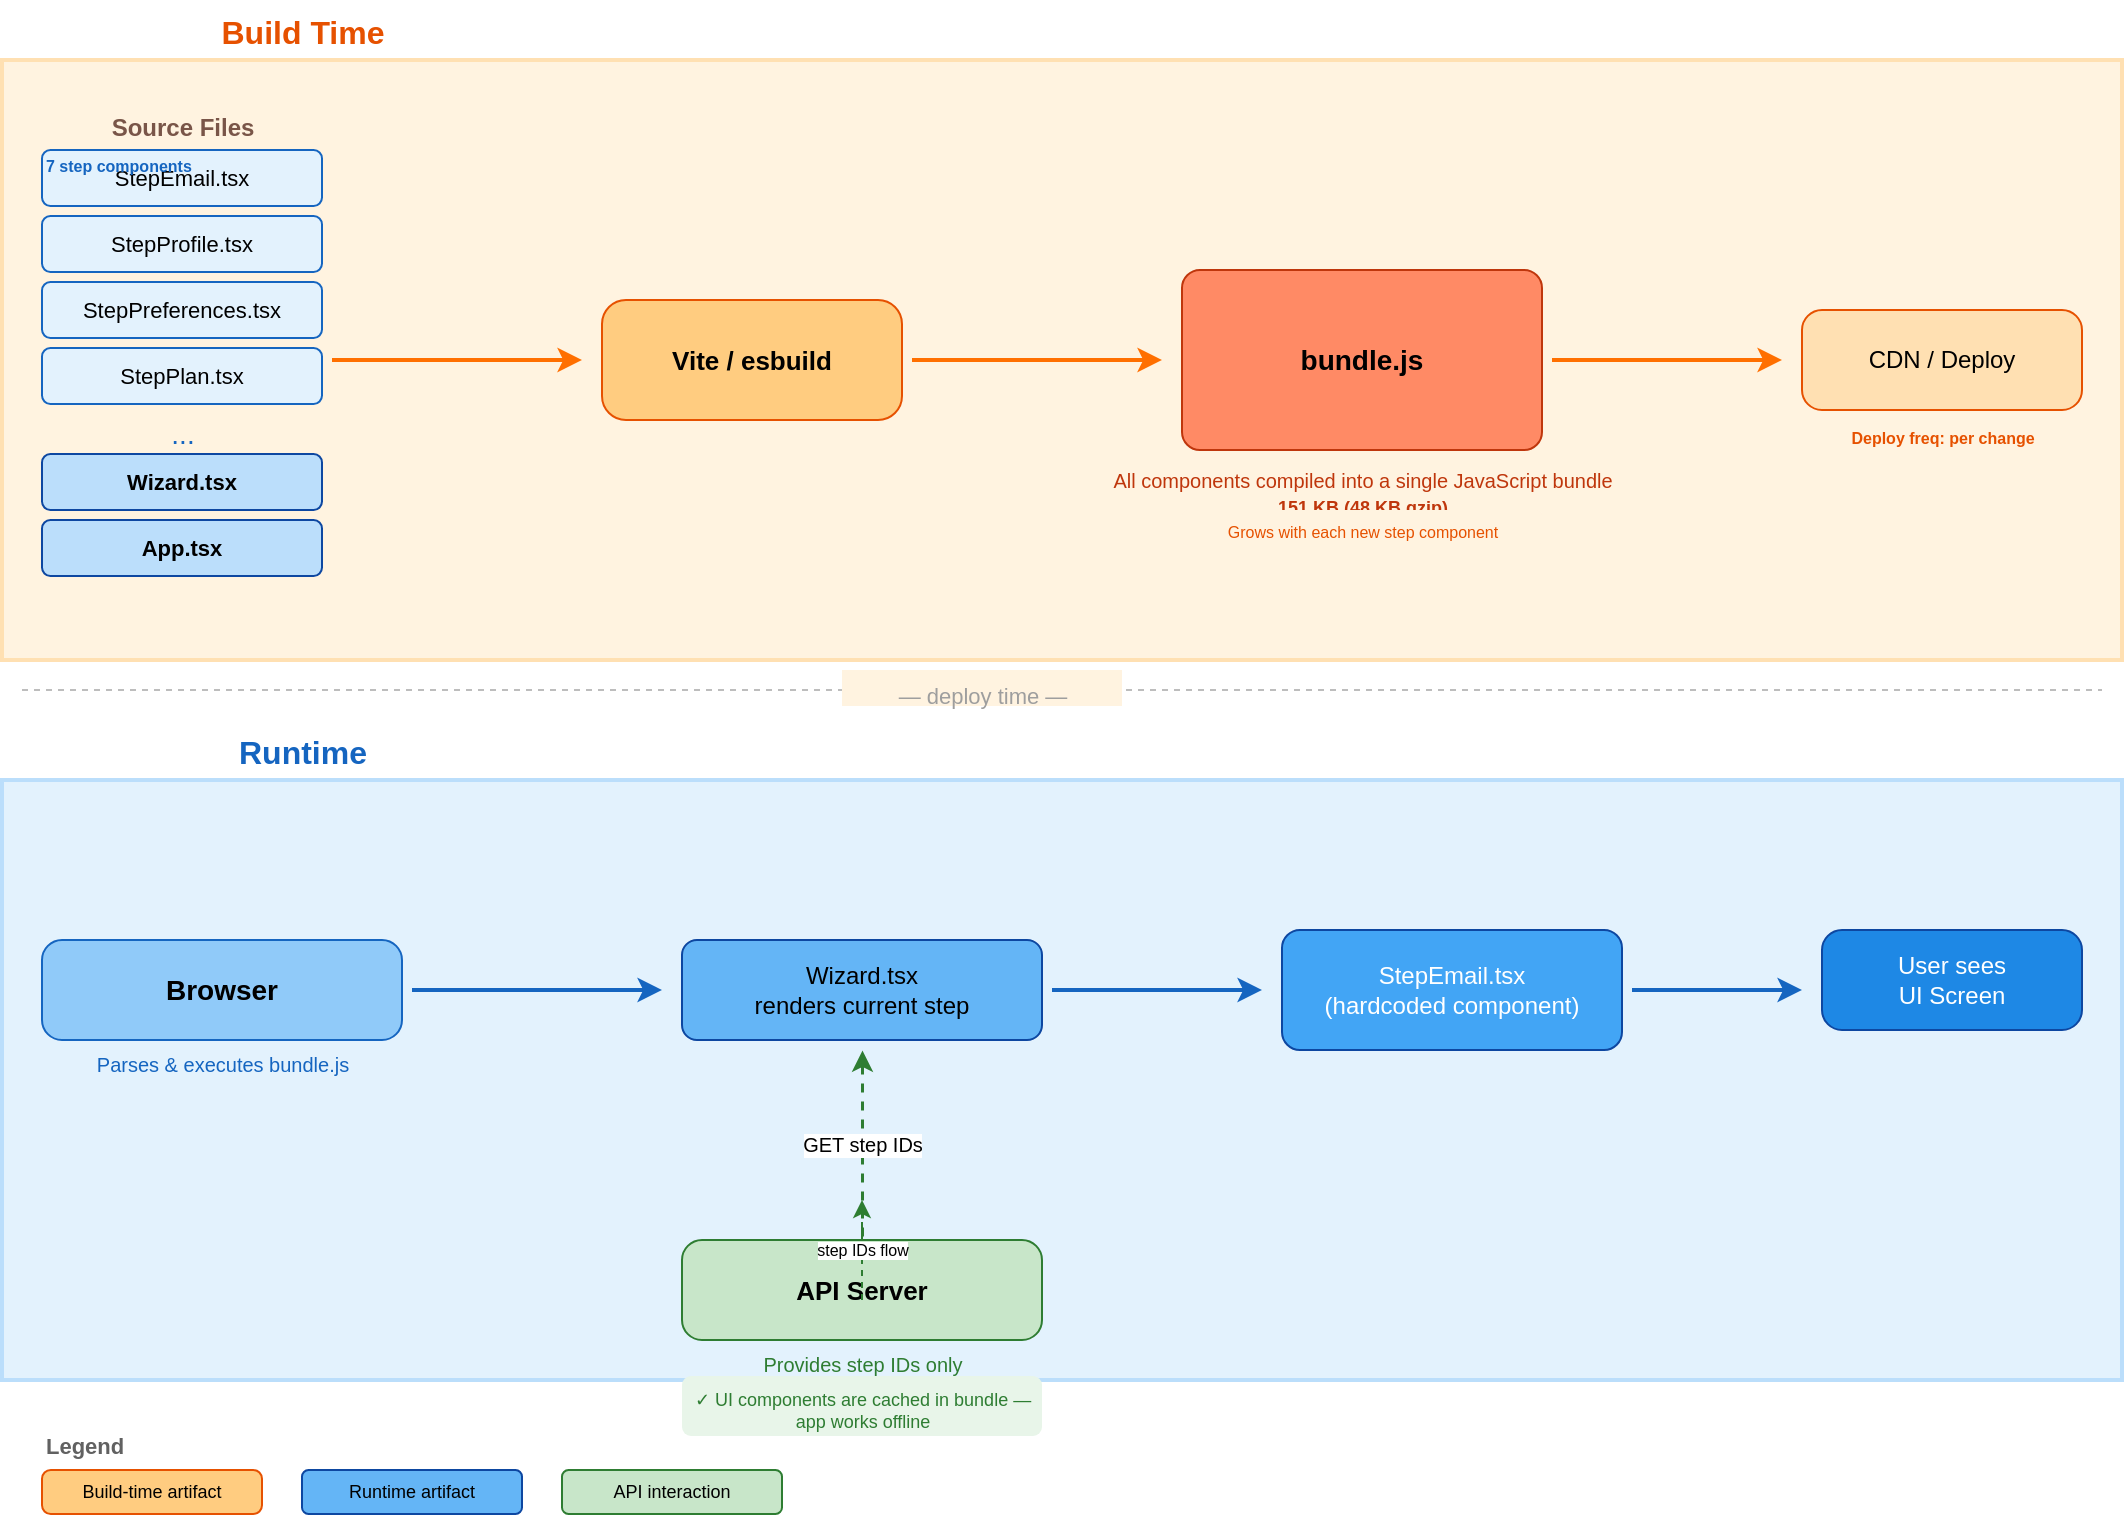
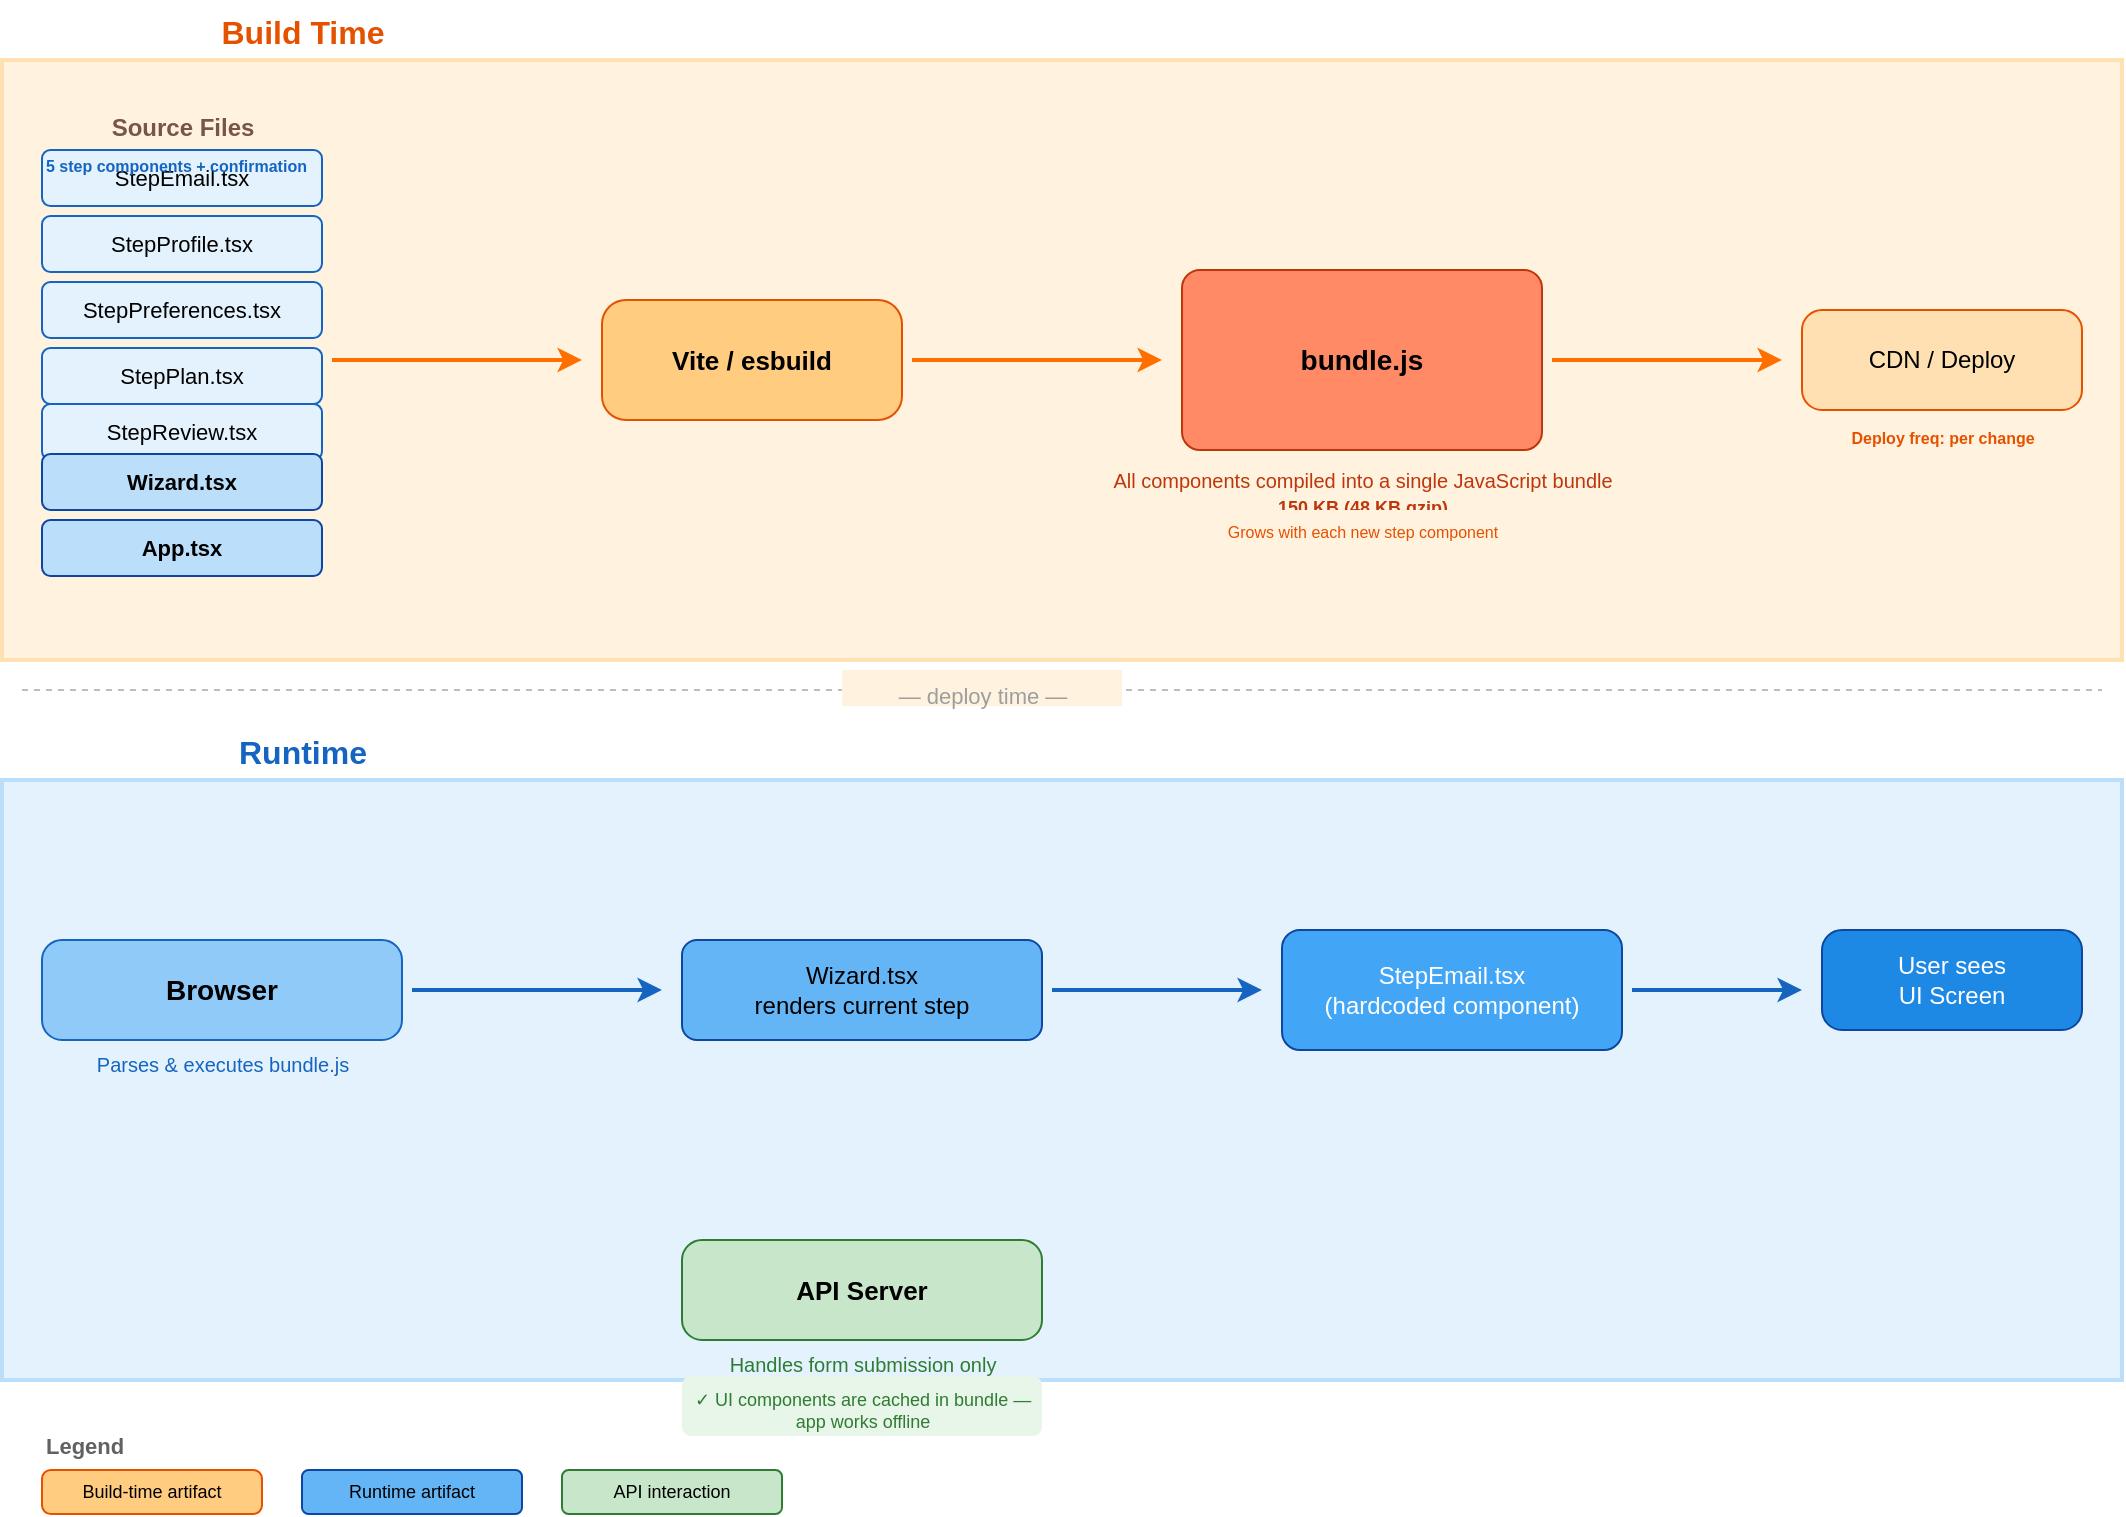
<mxfile host="app.diagrams.net" modified="2026-07-10T10:00:00Z" agent="Mozilla/5.0" version="24.2.5">
  <diagram id="flow" name="Architecture Flow">
    <mxGraphModel dx="0" dy="0" grid="1" gridSize="10" guides="1" tooltips="1" connect="1" arrows="1" fold="1" page="1" pageScale="1" pageWidth="1100" pageHeight="850" math="0" shadow="0">
      <root>
        <mxCell id="0" />
        <mxCell id="1" parent="0" />

        <!-- Section: Build Time -->
        <mxCell id="s-build" value="Build Time" style="text;html=1;strokeColor=none;fillColor=none;align=center;fontSize=16;fontStyle=1;fontColor=#e65100;" vertex="1" parent="1">
          <mxGeometry x="20" y="10" width="300" height="30" as="geometry" />
        </mxCell>

        <mxCell id="bg-build" value="" style="rounded=0;whiteSpace=window;fillColor=#fff3e0;strokeColor=#ffe0b2;strokeWidth=2;fontSize=12;html=1;" vertex="1" parent="1">
          <mxGeometry x="20" y="40" width="1060" height="300" as="geometry" />
        </mxCell>

        <!-- Source files column -->
        <mxCell id="src-label" value="Source Files" style="text;html=1;strokeColor=none;fillColor=none;align=center;fontSize=12;fontColor=#795548;fontStyle=1;" vertex="1" parent="1">
          <mxGeometry x="40" y="60" width="140" height="20" as="geometry" />
        </mxCell>

        <mxCell id="src-step-email" value="StepEmail.tsx" style="rounded=1;whiteSpace=wrap;html=1;fillColor=#e3f2fd;strokeColor=#1565c0;fontSize=11;" vertex="1" parent="1">
          <mxGeometry x="40" y="85" width="140" height="28" as="geometry" />
        </mxCell>

        <mxCell id="src-step-profile" value="StepProfile.tsx" style="rounded=1;whiteSpace=wrap;html=1;fillColor=#e3f2fd;strokeColor=#1565c0;fontSize=11;" vertex="1" parent="1">
          <mxGeometry x="40" y="118" width="140" height="28" as="geometry" />
        </mxCell>

        <mxCell id="src-step-prefs" value="StepPreferences.tsx" style="rounded=1;whiteSpace=wrap;html=1;fillColor=#e3f2fd;strokeColor=#1565c0;fontSize=11;" vertex="1" parent="1">
          <mxGeometry x="40" y="151" width="140" height="28" as="geometry" />
        </mxCell>

        <mxCell id="src-step-plan" value="StepPlan.tsx" style="rounded=1;whiteSpace=wrap;html=1;fillColor=#e3f2fd;strokeColor=#1565c0;fontSize=11;" vertex="1" parent="1">
          <mxGeometry x="40" y="184" width="140" height="28" as="geometry" />
        </mxCell>

-         <mxCell id="src-ellipsis" value="..." style="text;html=1;strokeColor=none;fillColor=none;align=center;fontSize=14;fontColor=#1565c0;" vertex="1" parent="1">
-           <mxGeometry x="40" y="212" width="140" height="20" as="geometry" />
-         </mxCell>
- 
-         <mxCell id="src-count" value="7 step components" style="text;html=1;strokeColor=none;fillColor=none;align=left;fontSize=8;fontColor=#1565c0;fontStyle=1;" vertex="1" parent="1">
-           <mxGeometry x="40" y="82" width="140" height="14" as="geometry" />
+         <mxCell id="src-step-review" value="StepReview.tsx" style="rounded=1;whiteSpace=wrap;html=1;fillColor=#e3f2fd;strokeColor=#1565c0;fontSize=11;" vertex="1" parent="1">
+           <mxGeometry x="40" y="212" width="140" height="28" as="geometry" />
+         </mxCell>
+ 
+         <mxCell id="src-count" value="5 step components + confirmation" style="text;html=1;strokeColor=none;fillColor=none;align=left;fontSize=8;fontColor=#1565c0;fontStyle=1;" vertex="1" parent="1">
+           <mxGeometry x="40" y="82" width="170" height="14" as="geometry" />
        </mxCell>

        <mxCell id="src-wizard" value="Wizard.tsx" style="rounded=1;whiteSpace=wrap;html=1;fillColor=#bbdefb;strokeColor=#0d47a1;fontSize=11;fontStyle=1;" vertex="1" parent="1">
          <mxGeometry x="40" y="237" width="140" height="28" as="geometry" />
        </mxCell>

        <mxCell id="src-app" value="App.tsx" style="rounded=1;whiteSpace=wrap;html=1;fillColor=#bbdefb;strokeColor=#0d47a1;fontSize=11;fontStyle=1;" vertex="1" parent="1">
          <mxGeometry x="40" y="270" width="140" height="28" as="geometry" />
        </mxCell>

        <!-- Arrow: source files → build tool -->
        <mxCell id="arrow-src-build" value="" style="edgeStyle=orthogonalEdgeStyle;rounded=0;orthogonalLoop=1;jettySize=auto;html=1;exitX=1;exitY=0.5;entryX=0;entryY=0.5;strokeWidth=2;strokeColor=#ff6f00;" edge="1" parent="1">
          <mxGeometry relative="1" as="geometry">
            <mxPoint x="185" y="190" as="sourcePoint" />
            <mxPoint x="310" y="190" as="targetPoint" />
          </mxGeometry>
        </mxCell>

        <!-- Build tool -->
        <mxCell id="build-tool" value="Vite / esbuild" style="rounded=1;whiteSpace=wrap;html=1;fillColor=#ffcc80;strokeColor=#e65100;fontSize=13;fontStyle=1;arcSize=20;" vertex="1" parent="1">
          <mxGeometry x="320" y="160" width="150" height="60" as="geometry" />
        </mxCell>

        <!-- Arrow: build tool → bundle -->
        <mxCell id="arrow-build-bundle" value="" style="edgeStyle=orthogonalEdgeStyle;rounded=0;orthogonalLoop=1;jettySize=auto;html=1;exitX=1;exitY=0.5;entryX=0;entryY=0.5;strokeWidth=2;strokeColor=#ff6f00;" edge="1" parent="1">
          <mxGeometry relative="1" as="geometry">
            <mxPoint x="475" y="190" as="sourcePoint" />
            <mxPoint x="600" y="190" as="targetPoint" />
          </mxGeometry>
        </mxCell>

        <!-- Bundle -->
        <mxCell id="bundle" value="bundle.js" style="rounded=1;whiteSpace=wrap;html=1;fillColor=#ff8a65;strokeColor=#bf360c;fontSize=14;fontStyle=1;arcSize=10;" vertex="1" parent="1">
          <mxGeometry x="610" y="145" width="180" height="90" as="geometry" />
        </mxCell>

        <mxCell id="bundle-note" value="All components compiled into a single JavaScript bundle" style="text;html=1;strokeColor=none;fillColor=none;align=center;fontSize=10;fontColor=#bf360c;fontStyle=0;" vertex="1" parent="1">
          <mxGeometry x="610" y="238" width="180" height="16" as="geometry" />
        </mxCell>

-         <mxCell id="bundle-size" value="151 KB (48 KB gzip)" style="text;html=1;strokeColor=none;fillColor=none;align=center;fontSize=9;fontColor=#bf360c;fontStyle=1;" vertex="1" parent="1">
+         <mxCell id="bundle-size" value="150 KB (48 KB gzip)" style="text;html=1;strokeColor=none;fillColor=none;align=center;fontSize=9;fontColor=#bf360c;fontStyle=1;" vertex="1" parent="1">
          <mxGeometry x="610" y="252" width="180" height="14" as="geometry" />
        </mxCell>

        <mxCell id="bundle-scale-note" value="Grows with each new step component" style="text;html=1;strokeColor=none;fillColor=#fff3e0;align=center;fontSize=8;fontColor=#e65100;rounded=1;" vertex="1" parent="1">
          <mxGeometry x="610" y="265" width="180" height="18" as="geometry" />
        </mxCell>

        <!-- Arrow: bundle → deploy -->
        <mxCell id="arrow-bundle-deploy" value="" style="edgeStyle=orthogonalEdgeStyle;rounded=0;orthogonalLoop=1;jettySize=auto;html=1;exitX=1;exitY=0.5;entryX=0;entryY=0.5;strokeWidth=2;strokeColor=#ff6f00;" edge="1" parent="1">
          <mxGeometry relative="1" as="geometry">
            <mxPoint x="795" y="190" as="sourcePoint" />
            <mxPoint x="910" y="190" as="targetPoint" />
          </mxGeometry>
        </mxCell>

        <!-- Deploy -->
        <mxCell id="deploy" value="CDN / Deploy" style="rounded=1;whiteSpace=wrap;html=1;fillColor=#ffe0b2;strokeColor=#e65100;fontSize=12;arcSize=20;" vertex="1" parent="1">
          <mxGeometry x="920" y="165" width="140" height="50" as="geometry" />
        </mxCell>

        <mxCell id="deploy-freq" value="Deploy freq: per change" style="text;html=1;strokeColor=none;fillColor=none;align=center;fontSize=8;fontColor=#e65100;fontStyle=1;" vertex="1" parent="1">
          <mxGeometry x="920" y="218" width="140" height="14" as="geometry" />
        </mxCell>

        <!-- Divider -->
        <mxCell id="divider-line" value="" style="line;strokeWidth=1;strokeColor=#bdbdbd;dashed=1;html=1;" vertex="1" parent="1">
          <mxGeometry x="30" y="350" width="1040" height="10" as="geometry" />
        </mxCell>

        <mxCell id="divider-label" value="— deploy time —" style="text;html=1;strokeColor=none;fillColor=#fff3e0;align=center;fontSize=11;fontColor=#9e9e9e;" vertex="1" parent="1">
          <mxGeometry x="440" y="345" width="140" height="18" as="geometry" />
        </mxCell>

        <!-- Section: Runtime -->
        <mxCell id="s-runtime" value="Runtime" style="text;html=1;strokeColor=none;fillColor=none;align=center;fontSize=16;fontStyle=1;fontColor=#1565c0;" vertex="1" parent="1">
          <mxGeometry x="20" y="370" width="300" height="30" as="geometry" />
        </mxCell>

        <mxCell id="bg-runtime" value="" style="rounded=0;whiteSpace=window;fillColor=#e3f2fd;strokeColor=#bbdefb;strokeWidth=2;fontSize=12;html=1;" vertex="1" parent="1">
          <mxGeometry x="20" y="400" width="1060" height="300" as="geometry" />
        </mxCell>

        <!-- Browser -->
        <mxCell id="browser" value="Browser" style="rounded=1;whiteSpace=wrap;html=1;fillColor=#90caf9;strokeColor=#1565c0;fontSize=14;fontStyle=1;arcSize=20;" vertex="1" parent="1">
          <mxGeometry x="40" y="480" width="180" height="50" as="geometry" />
        </mxCell>

        <mxCell id="browser-note" value="Parses &amp; executes bundle.js" style="text;html=1;strokeColor=none;fillColor=none;align=center;fontSize=10;fontColor=#1565c0;" vertex="1" parent="1">
          <mxGeometry x="40" y="530" width="180" height="16" as="geometry" />
        </mxCell>

        <!-- Arrow: browser → react renders -->
        <mxCell id="arrow-browser-react" value="" style="edgeStyle=orthogonalEdgeStyle;rounded=0;orthogonalLoop=1;jettySize=auto;html=1;exitX=1;exitY=0.5;entryX=0;entryY=0.5;strokeWidth=2;strokeColor=#1565c0;" edge="1" parent="1">
          <mxGeometry relative="1" as="geometry">
            <mxPoint x="225" y="505" as="sourcePoint" />
            <mxPoint x="350" y="505" as="targetPoint" />
          </mxGeometry>
        </mxCell>

        <!-- React renders step -->
        <mxCell id="react-render" value="Wizard.tsx&#10;renders current step" style="rounded=1;whiteSpace=wrap;html=1;fillColor=#64b5f6;strokeColor=#0d47a1;fontSize=12;" vertex="1" parent="1">
          <mxGeometry x="360" y="480" width="180" height="50" as="geometry" />
        </mxCell>

        <!-- Arrow: render → step component -->
        <mxCell id="arrow-render-step" value="" style="edgeStyle=orthogonalEdgeStyle;rounded=0;orthogonalLoop=1;jettySize=auto;html=1;exitX=1;exitY=0.5;entryX=0;entryY=0.5;strokeWidth=2;strokeColor=#1565c0;" edge="1" parent="1">
          <mxGeometry relative="1" as="geometry">
            <mxPoint x="545" y="505" as="sourcePoint" />
            <mxPoint x="650" y="505" as="targetPoint" />
          </mxGeometry>
        </mxCell>

        <!-- Step component -->
        <mxCell id="step-comp" value="StepEmail.tsx&#10;(hardcoded component)" style="rounded=1;whiteSpace=wrap;html=1;fillColor=#42a5f5;strokeColor=#0d47a1;fontSize=12;fontColor=#ffffff;" vertex="1" parent="1">
          <mxGeometry x="660" y="475" width="170" height="60" as="geometry" />
        </mxCell>

        <!-- Arrow: step → user sees -->
        <mxCell id="arrow-step-screen" value="" style="edgeStyle=orthogonalEdgeStyle;rounded=0;orthogonalLoop=1;jettySize=auto;html=1;exitX=1;exitY=0.5;entryX=0;entryY=0.5;strokeWidth=2;strokeColor=#1565c0;" edge="1" parent="1">
          <mxGeometry relative="1" as="geometry">
            <mxPoint x="835" y="505" as="sourcePoint" />
            <mxPoint x="920" y="505" as="targetPoint" />
          </mxGeometry>
        </mxCell>

        <!-- Screen -->
        <mxCell id="screen" value="User sees&#10;UI Screen" style="rounded=1;whiteSpace=wrap;html=1;fillColor=#1e88e5;strokeColor=#0d47a1;fontSize=12;fontColor=#ffffff;arcSize=20;" vertex="1" parent="1">
          <mxGeometry x="930" y="475" width="130" height="50" as="geometry" />
        </mxCell>

        <!-- API server interaction -->
        <mxCell id="api-server" value="API Server" style="rounded=1;whiteSpace=wrap;html=1;fillColor=#c8e6c9;strokeColor=#2e7d32;fontSize=13;fontStyle=1;arcSize=20;" vertex="1" parent="1">
          <mxGeometry x="360" y="630" width="180" height="50" as="geometry" />
        </mxCell>

-         <mxCell id="api-note" value="Provides step IDs only" style="text;html=1;strokeColor=none;fillColor=none;align=center;fontSize=10;fontColor=#2e7d32;" vertex="1" parent="1">
-           <mxGeometry x="360" y="680" width="180" height="16" as="geometry" />
+         <mxCell id="api-note" value="Handles form submission only&#10;(POST /api/wizard/submit)" style="text;html=1;strokeColor=none;fillColor=none;align=center;fontSize=10;fontColor=#2e7d32;" vertex="1" parent="1">
+           <mxGeometry x="360" y="680" width="180" height="28" as="geometry" />
        </mxCell>

        <mxCell id="offline-note" value="✓ UI components are cached in bundle —&#10;app works offline" style="text;html=1;strokeColor=none;fillColor=#e8f5e9;align=center;fontSize=9;fontColor=#2e7d32;rounded=1;" vertex="1" parent="1">
          <mxGeometry x="360" y="698" width="180" height="30" as="geometry" />
        </mxCell>

-         <mxCell id="dataflow-stepid" value="step IDs flow" style="edgeStyle=orthogonalEdgeStyle;rounded=0;orthogonalLoop=1;jettySize=auto;html=1;exitX=1;exitY=0.5;entryX=0;entryY=0.5;strokeWidth=1;strokeColor=#2e7d32;dashed=1;fontSize=8;" edge="1" parent="1">
-           <mxGeometry relative="1" as="geometry">
-             <mxPoint x="450" y="660" as="sourcePoint" />
-             <mxPoint x="450" y="610" as="targetPoint" />
-           </mxGeometry>
-         </mxCell>
- 
-         <!-- Arrow: API → renderer -->
-         <mxCell id="arrow-api-render" value="GET step IDs" style="edgeStyle=orthogonalEdgeStyle;rounded=0;orthogonalLoop=1;jettySize=auto;html=1;exitX=0.5;exitY=0;entryX=0.5;entryY=1;strokeWidth=1.5;strokeColor=#2e7d32;dashed=1;fontSize=10;" edge="1" parent="1">
-           <mxGeometry relative="1" as="geometry">
-             <mxPoint x="450" y="628" as="sourcePoint" />
-             <mxPoint x="450" y="535" as="targetPoint" />
-           </mxGeometry>
-         </mxCell>
+         <!-- Note: no API dependency for UI structure -->

        <!-- Legend -->
        <mxCell id="legend" value="Legend" style="text;html=1;strokeColor=none;fillColor=none;align=left;fontSize=11;fontStyle=1;fontColor=#616161;" vertex="1" parent="1">
          <mxGeometry x="40" y="720" width="60" height="20" as="geometry" />
        </mxCell>

        <mxCell id="legend-bt" value="Build-time artifact" style="rounded=1;whiteSpace=wrap;html=1;fillColor=#ffcc80;strokeColor=#e65100;fontSize=9;arcSize=20;" vertex="1" parent="1">
          <mxGeometry x="40" y="745" width="110" height="22" as="geometry" />
        </mxCell>

        <mxCell id="legend-rt" value="Runtime artifact" style="rounded=1;whiteSpace=wrap;html=1;fillColor=#64b5f6;strokeColor=#0d47a1;fontSize=9;" vertex="1" parent="1">
          <mxGeometry x="170" y="745" width="110" height="22" as="geometry" />
        </mxCell>

        <mxCell id="legend-api" value="API interaction" style="rounded=1;whiteSpace=wrap;html=1;fillColor=#c8e6c9;strokeColor=#2e7d32;fontSize=9;" vertex="1" parent="1">
          <mxGeometry x="300" y="745" width="110" height="22" as="geometry" />
        </mxCell>
      </root>
    </mxGraphModel>
  </diagram>
  <diagram id="components" name="Component Hierarchy">
    <mxGraphModel dx="0" dy="0" grid="1" gridSize="10" guides="1" tooltips="1" connect="1" arrows="1" fold="1" page="1" pageScale="1" pageWidth="1100" pageHeight="850" math="0" shadow="0">
      <root>
        <mxCell id="0" />
        <mxCell id="1" parent="0" />

        <mxCell id="h-title" value="Component Hierarchy — Traditional Bundling" style="text;html=1;strokeColor=none;fillColor=none;align=center;fontSize=16;fontStyle=1;fontColor=#1565c0;" vertex="1" parent="1">
          <mxGeometry x="300" y="20" width="400" height="30" as="geometry" />
        </mxCell>

        <!-- App -->
        <mxCell id="h-app" value="App.tsx" style="rounded=1;whiteSpace=wrap;html=1;fillColor=#bbdefb;strokeColor=#0d47a1;fontSize=12;fontStyle=1;arcSize=20;" vertex="1" parent="1">
          <mxGeometry x="440" y="80" width="120" height="40" as="geometry" />
        </mxCell>

        <!-- WizardProvider -->
        <mxCell id="h-provider" value="WizardProvider&#10;(context / state)" style="rounded=1;whiteSpace=wrap;html=1;fillColor=#90caf9;strokeColor=#1565c0;fontSize=11;" vertex="1" parent="1">
          <mxGeometry x="440" y="160" width="120" height="50" as="geometry" />
        </mxCell>

        <mxCell id="h-edge-app-provider" value="" style="edgeStyle=orthogonalEdgeStyle;rounded=0;orthogonalLoop=1;jettySize=auto;html=1;exitX=0.5;exitY=1;entryX=0.5;entryY=0;strokeWidth=1.5;strokeColor=#1565c0;" edge="1" parent="1">
          <mxGeometry relative="1" as="geometry">
            <mxPoint x="500" y="120" as="sourcePoint" />
            <mxPoint x="500" y="160" as="targetPoint" />
          </mxGeometry>
        </mxCell>

        <!-- Wizard -->
        <mxCell id="h-wizard" value="Wizard.tsx" style="rounded=1;whiteSpace=wrap;html=1;fillColor=#64b5f6;strokeColor=#0d47a1;fontSize=12;fontStyle=1;" vertex="1" parent="1">
          <mxGeometry x="440" y="250" width="120" height="40" as="geometry" />
        </mxCell>

        <mxCell id="h-edge-provider-wizard" value="" style="edgeStyle=orthogonalEdgeStyle;rounded=0;orthogonalLoop=1;jettySize=auto;html=1;exitX=0.5;exitY=1;entryX=0.5;entryY=0;strokeWidth=1.5;strokeColor=#1565c0;" edge="1" parent="1">
          <mxGeometry relative="1" as="geometry">
            <mxPoint x="500" y="210" as="sourcePoint" />
            <mxPoint x="500" y="250" as="targetPoint" />
          </mxGeometry>
        </mxCell>

        <!-- ProgressBar -->
        <mxCell id="h-progress" value="ProgressBar&#10;(step dots)" style="rounded=1;whiteSpace=wrap;html=1;fillColor=#42a5f5;strokeColor=#0d47a1;fontSize=10;" vertex="1" parent="1">
          <mxGeometry x="130" y="340" width="120" height="40" as="geometry" />
        </mxCell>

        <mxCell id="h-edge-wizard-progress" value="" style="edgeStyle=orthogonalEdgeStyle;rounded=0;orthogonalLoop=1;jettySize=auto;html=1;exitX=0.5;exitY=1;entryX=0.5;entryY=0;strokeWidth=1.5;strokeColor=#1565c0;" edge="1" parent="1">
          <mxGeometry relative="1" as="geometry">
            <mxPoint x="460" y="290" as="sourcePoint" />
            <mxPoint x="190" y="340" as="targetPoint" />
          </mxGeometry>
        </mxCell>

        <!-- Step components group label -->
        <mxCell id="h-steps-label" value="Step Components (bundled)" style="text;html=1;strokeColor=none;fillColor=#e3f2fd;align=center;fontSize=11;fontStyle=1;fontColor=#1565c0;rounded=1;" vertex="1" parent="1">
          <mxGeometry x="280" y="330" width="140" height="22" as="geometry" />
        </mxCell>

        <mxCell id="h-steps-bg" value="" style="rounded=1;whiteSpace=window;fillColor=#e3f2fd;strokeColor=#bbdefb;strokeWidth=1;fontSize=12;html=1;dashed=1;" vertex="1" parent="1">
          <mxGeometry x="280" y="355" width="540" height="240" as="geometry" />
        </mxCell>

        <!-- StepEmail -->
        <mxCell id="h-step-email" value="StepEmail.tsx" style="rounded=1;whiteSpace=wrap;html=1;fillColor=#42a5f5;strokeColor=#1565c0;fontSize=10;fontColor=#ffffff;" vertex="1" parent="1">
          <mxGeometry x="300" y="370" width="150" height="30" as="geometry" />
        </mxCell>

+         <!-- StepPreferences -->
+         <mxCell id="h-step-prefs" value="StepPreferences.tsx" style="rounded=1;whiteSpace=wrap;html=1;fillColor=#42a5f5;strokeColor=#1565c0;fontSize=10;fontColor=#ffffff;" vertex="1" parent="1">
+           <mxGeometry x="300" y="410" width="150" height="30" as="geometry" />
+         </mxCell>
+ 
        <!-- StepProfile -->
        <mxCell id="h-step-profile" value="StepProfile.tsx" style="rounded=1;whiteSpace=wrap;html=1;fillColor=#42a5f5;strokeColor=#1565c0;fontSize=10;fontColor=#ffffff;" vertex="1" parent="1">
-           <mxGeometry x="300" y="410" width="150" height="30" as="geometry" />
-         </mxCell>
- 
-         <!-- StepPreferences -->
-         <mxCell id="h-step-prefs" value="StepPreferences.tsx" style="rounded=1;whiteSpace=wrap;html=1;fillColor=#42a5f5;strokeColor=#1565c0;fontSize=10;fontColor=#ffffff;" vertex="1" parent="1">
          <mxGeometry x="300" y="450" width="150" height="30" as="geometry" />
        </mxCell>

        <!-- StepPlan -->
        <mxCell id="h-step-plan" value="StepPlan.tsx" style="rounded=1;whiteSpace=wrap;html=1;fillColor=#42a5f5;strokeColor=#1565c0;fontSize=10;fontColor=#ffffff;" vertex="1" parent="1">
          <mxGeometry x="300" y="490" width="150" height="30" as="geometry" />
        </mxCell>

-         <!-- StepBilling -->
-         <mxCell id="h-step-billing" value="StepBilling.tsx (conditional)" style="rounded=1;whiteSpace=wrap;html=1;fillColor=#ef9a9a;strokeColor=#c62828;fontSize=10;fontColor=#ffffff;" vertex="1" parent="1">
-           <mxGeometry x="480" y="370" width="170" height="30" as="geometry" />
-         </mxCell>
- 
        <!-- StepReview -->
        <mxCell id="h-step-review" value="StepReview.tsx" style="rounded=1;whiteSpace=wrap;html=1;fillColor=#42a5f5;strokeColor=#1565c0;fontSize=10;fontColor=#ffffff;" vertex="1" parent="1">
-           <mxGeometry x="480" y="410" width="150" height="30" as="geometry" />
+           <mxGeometry x="300" y="530" width="150" height="30" as="geometry" />
        </mxCell>

        <!-- StepConfirmation -->
        <mxCell id="h-step-confirm" value="StepConfirmation.tsx" style="rounded=1;whiteSpace=wrap;html=1;fillColor=#66bb6a;strokeColor=#2e7d32;fontSize=10;fontColor=#ffffff;" vertex="1" parent="1">
-           <mxGeometry x="480" y="450" width="170" height="30" as="geometry" />
+           <mxGeometry x="480" y="370" width="170" height="30" as="geometry" />
        </mxCell>

        <!-- Arrow from wizard to step group -->
-         <mxCell id="h-edge-wizard-steps" value="switch(stepId)" style="edgeStyle=orthogonalEdgeStyle;rounded=0;orthogonalLoop=1;jettySize=auto;html=1;exitX=0.5;exitY=1;entryX=0.5;entryY=0;strokeWidth=1.5;strokeColor=#1565c0;fontSize=9;" edge="1" parent="1">
+         <mxCell id="h-edge-wizard-steps" value="STEPS[index] → switch(stepId)" style="edgeStyle=orthogonalEdgeStyle;rounded=0;orthogonalLoop=1;jettySize=auto;html=1;exitX=0.5;exitY=1;entryX=0.5;entryY=0;strokeWidth=1.5;strokeColor=#1565c0;fontSize=9;" edge="1" parent="1">
          <mxGeometry relative="1" as="geometry">
            <mxPoint x="440" y="290" as="sourcePoint" />
            <mxPoint x="550" y="355" as="targetPoint" />
          </mxGeometry>
        </mxCell>

        <!-- Note about sequential steps -->
-         <mxCell id="h-sequential-note" value="Steps rendered in&#10;hardcoded sequence.&#10;Changing order = deploy." style="text;html=1;strokeColor=none;fillColor=#fff3e0;align=center;fontSize=9;fontColor=#e65100;rounded=1;" vertex="1" parent="1">
+         <mxCell id="h-sequential-note" value="STEPS constant defines order.&#10;Baked into bundle at build time.&#10;Changing order = deploy." style="text;html=1;strokeColor=none;fillColor=#fff3e0;align=center;fontSize=9;fontColor=#e65100;rounded=1;" vertex="1" parent="1">
          <mxGeometry x="680" y="375" width="150" height="50" as="geometry" />
        </mxCell>

-         <!-- Note about conditional -->
-         <mxCell id="h-conditional-note" value="Billing step only shown&#10;when plan === &quot;pro&quot;" style="text;html=1;strokeColor=none;fillColor=none;align=left;fontSize=9;fontColor=#c62828;fontStyle=0;" vertex="1" parent="1">
-           <mxGeometry x="480" y="495" width="170" height="30" as="geometry" />
-         </mxCell>
- 
        <!-- API note -->
-         <mxCell id="h-api-note" value="API provides step IDs only.&#10;Client maps ID → component." style="text;html=1;strokeColor=none;fillColor=#e8f5e9;align=center;fontSize=9;fontColor=#2e7d32;rounded=1;" vertex="1" parent="1">
-           <mxGeometry x="680" y="440" width="150" height="40" as="geometry" />
+         <mxCell id="h-api-note" value="Step order defined by&#10;STEPS constant in Wizard.tsx.&#10;API only handles submission." style="text;html=1;strokeColor=none;fillColor=#e8f5e9;align=center;fontSize=9;fontColor=#2e7d32;rounded=1;" vertex="1" parent="1">
+           <mxGeometry x="680" y="440" width="150" height="50" as="geometry" />
        </mxCell>

        <!-- Legend -->
        <mxCell id="h-legend" value="Legend" style="text;html=1;strokeColor=none;fillColor=none;align=left;fontSize=11;fontStyle=1;fontColor=#616161;" vertex="1" parent="1">
          <mxGeometry x="40" y="650" width="60" height="20" as="geometry" />
        </mxCell>

        <mxCell id="h-leg-wrapper" value="Container / layout" style="rounded=1;whiteSpace=wrap;html=1;fillColor=#90caf9;strokeColor=#1565c0;fontSize=9;" vertex="1" parent="1">
          <mxGeometry x="40" y="675" width="120" height="22" as="geometry" />
        </mxCell>
        <mxCell id="h-leg-step" value="Step component" style="rounded=1;whiteSpace=wrap;html=1;fillColor=#42a5f5;strokeColor=#1565c0;fontSize=9;fontColor=#ffffff;" vertex="1" parent="1">
          <mxGeometry x="180" y="675" width="120" height="22" as="geometry" />
        </mxCell>
-         <mxCell id="h-leg-cond" value="Conditional" style="rounded=1;whiteSpace=wrap;html=1;fillColor=#ef9a9a;strokeColor=#c62828;fontSize=9;fontColor=#ffffff;" vertex="1" parent="1">
+         <mxCell id="h-leg-final" value="Final / terminal" style="rounded=1;whiteSpace=wrap;html=1;fillColor=#66bb6a;strokeColor=#2e7d32;fontSize=9;fontColor=#ffffff;" vertex="1" parent="1">
          <mxGeometry x="320" y="675" width="120" height="22" as="geometry" />
-         </mxCell>
-         <mxCell id="h-leg-final" value="Final / terminal" style="rounded=1;whiteSpace=wrap;html=1;fillColor=#66bb6a;strokeColor=#2e7d32;fontSize=9;fontColor=#ffffff;" vertex="1" parent="1">
-           <mxGeometry x="460" y="675" width="120" height="22" as="geometry" />
        </mxCell>
      </root>
    </mxGraphModel>
  </diagram>
</mxfile>
